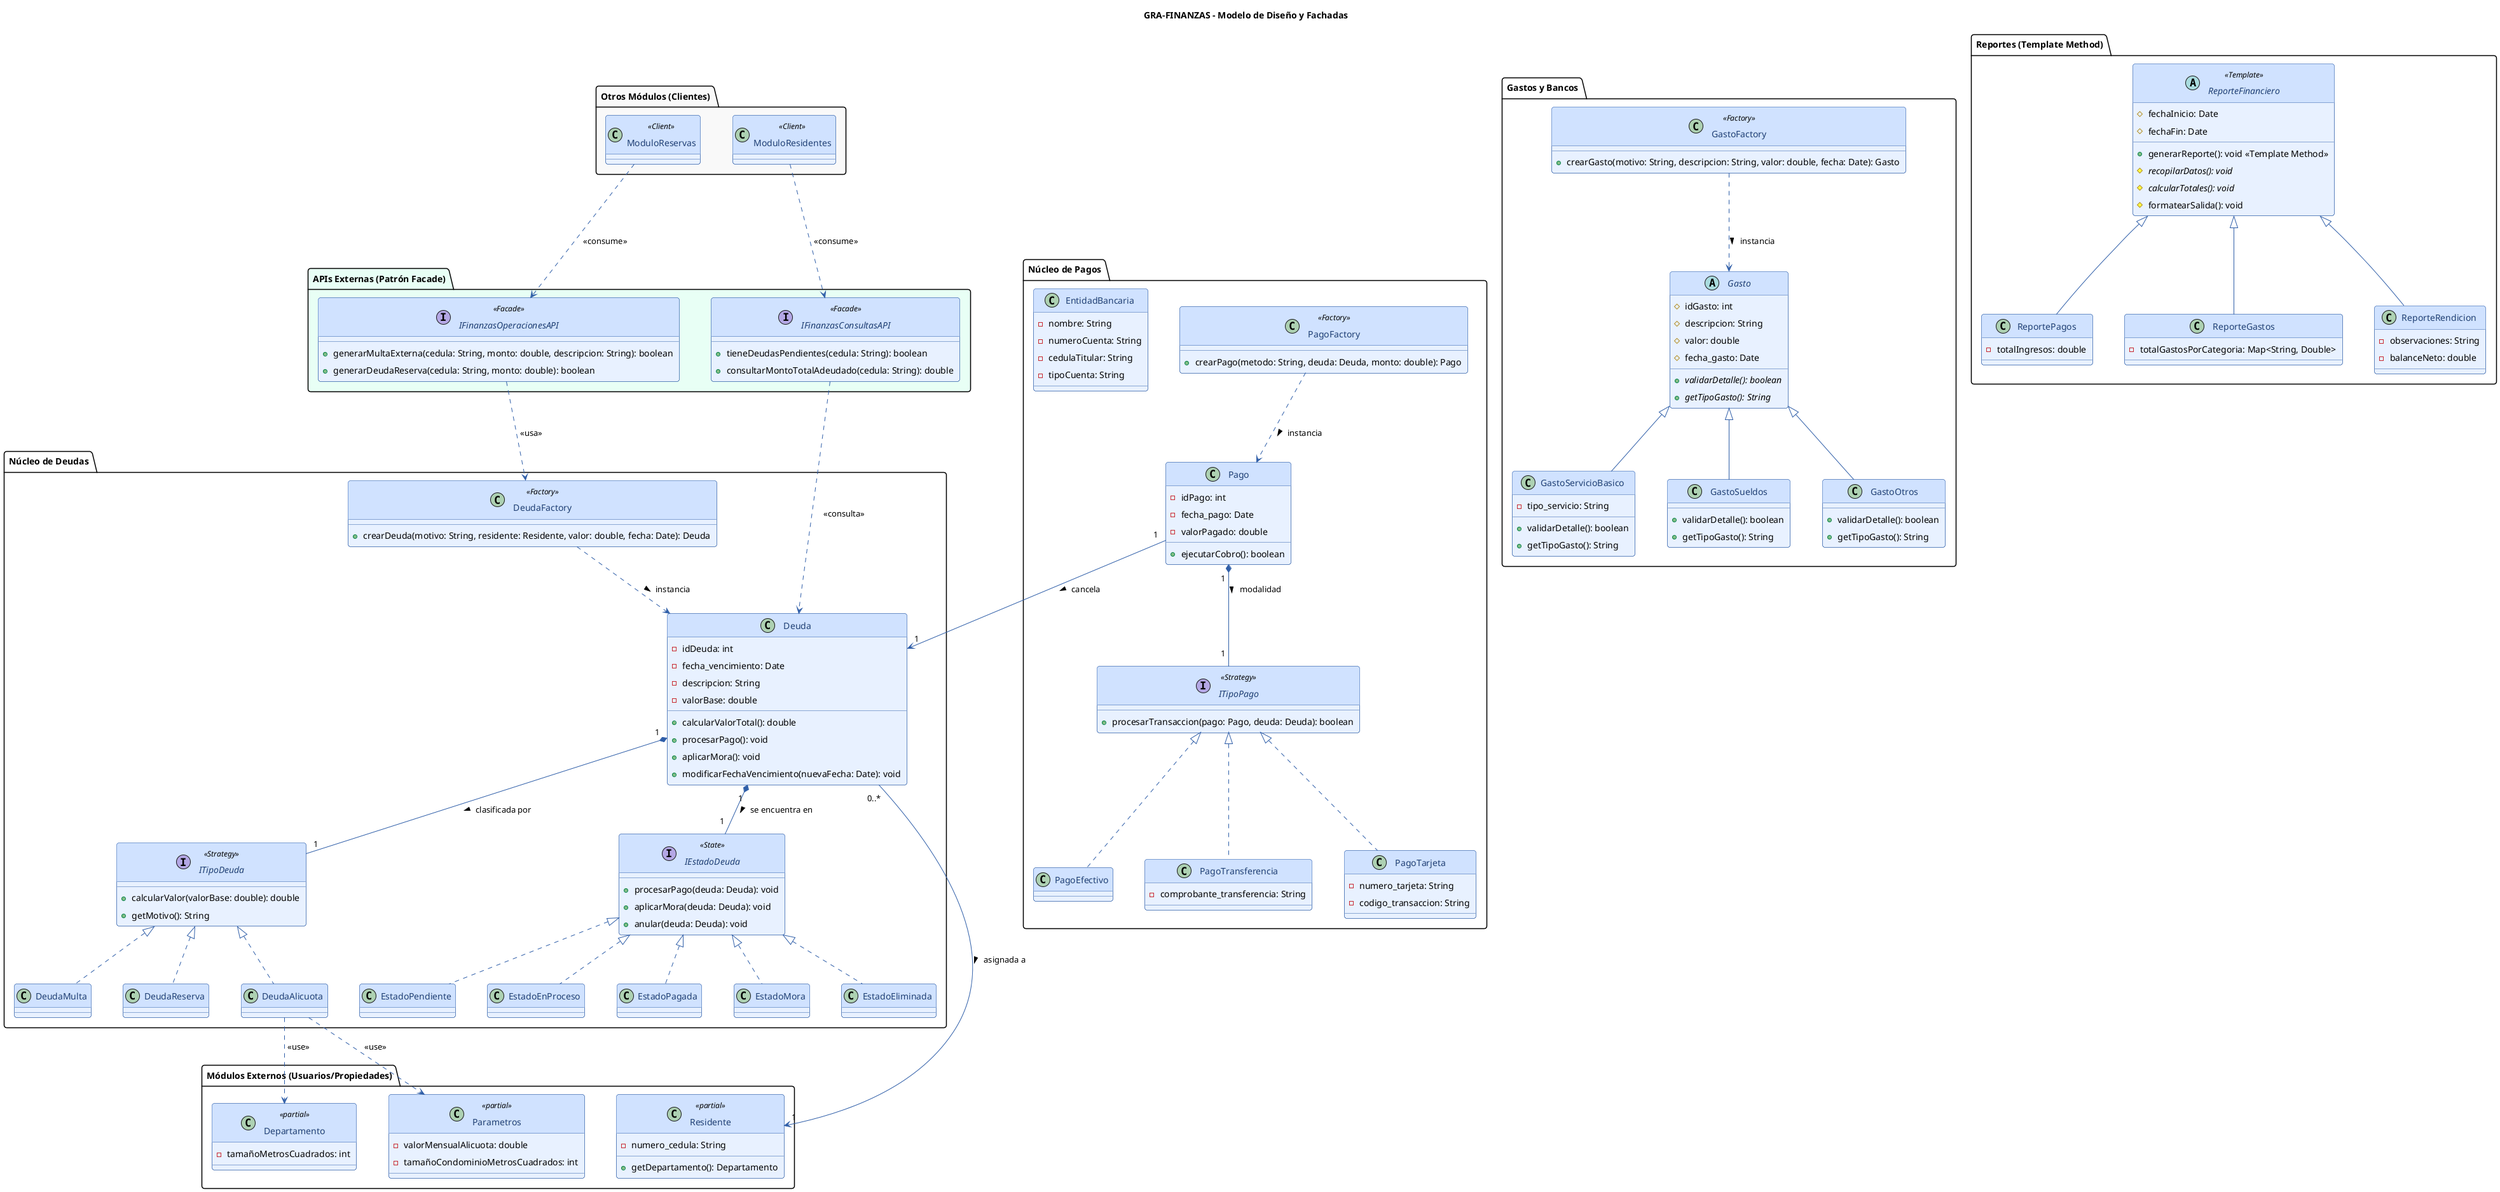
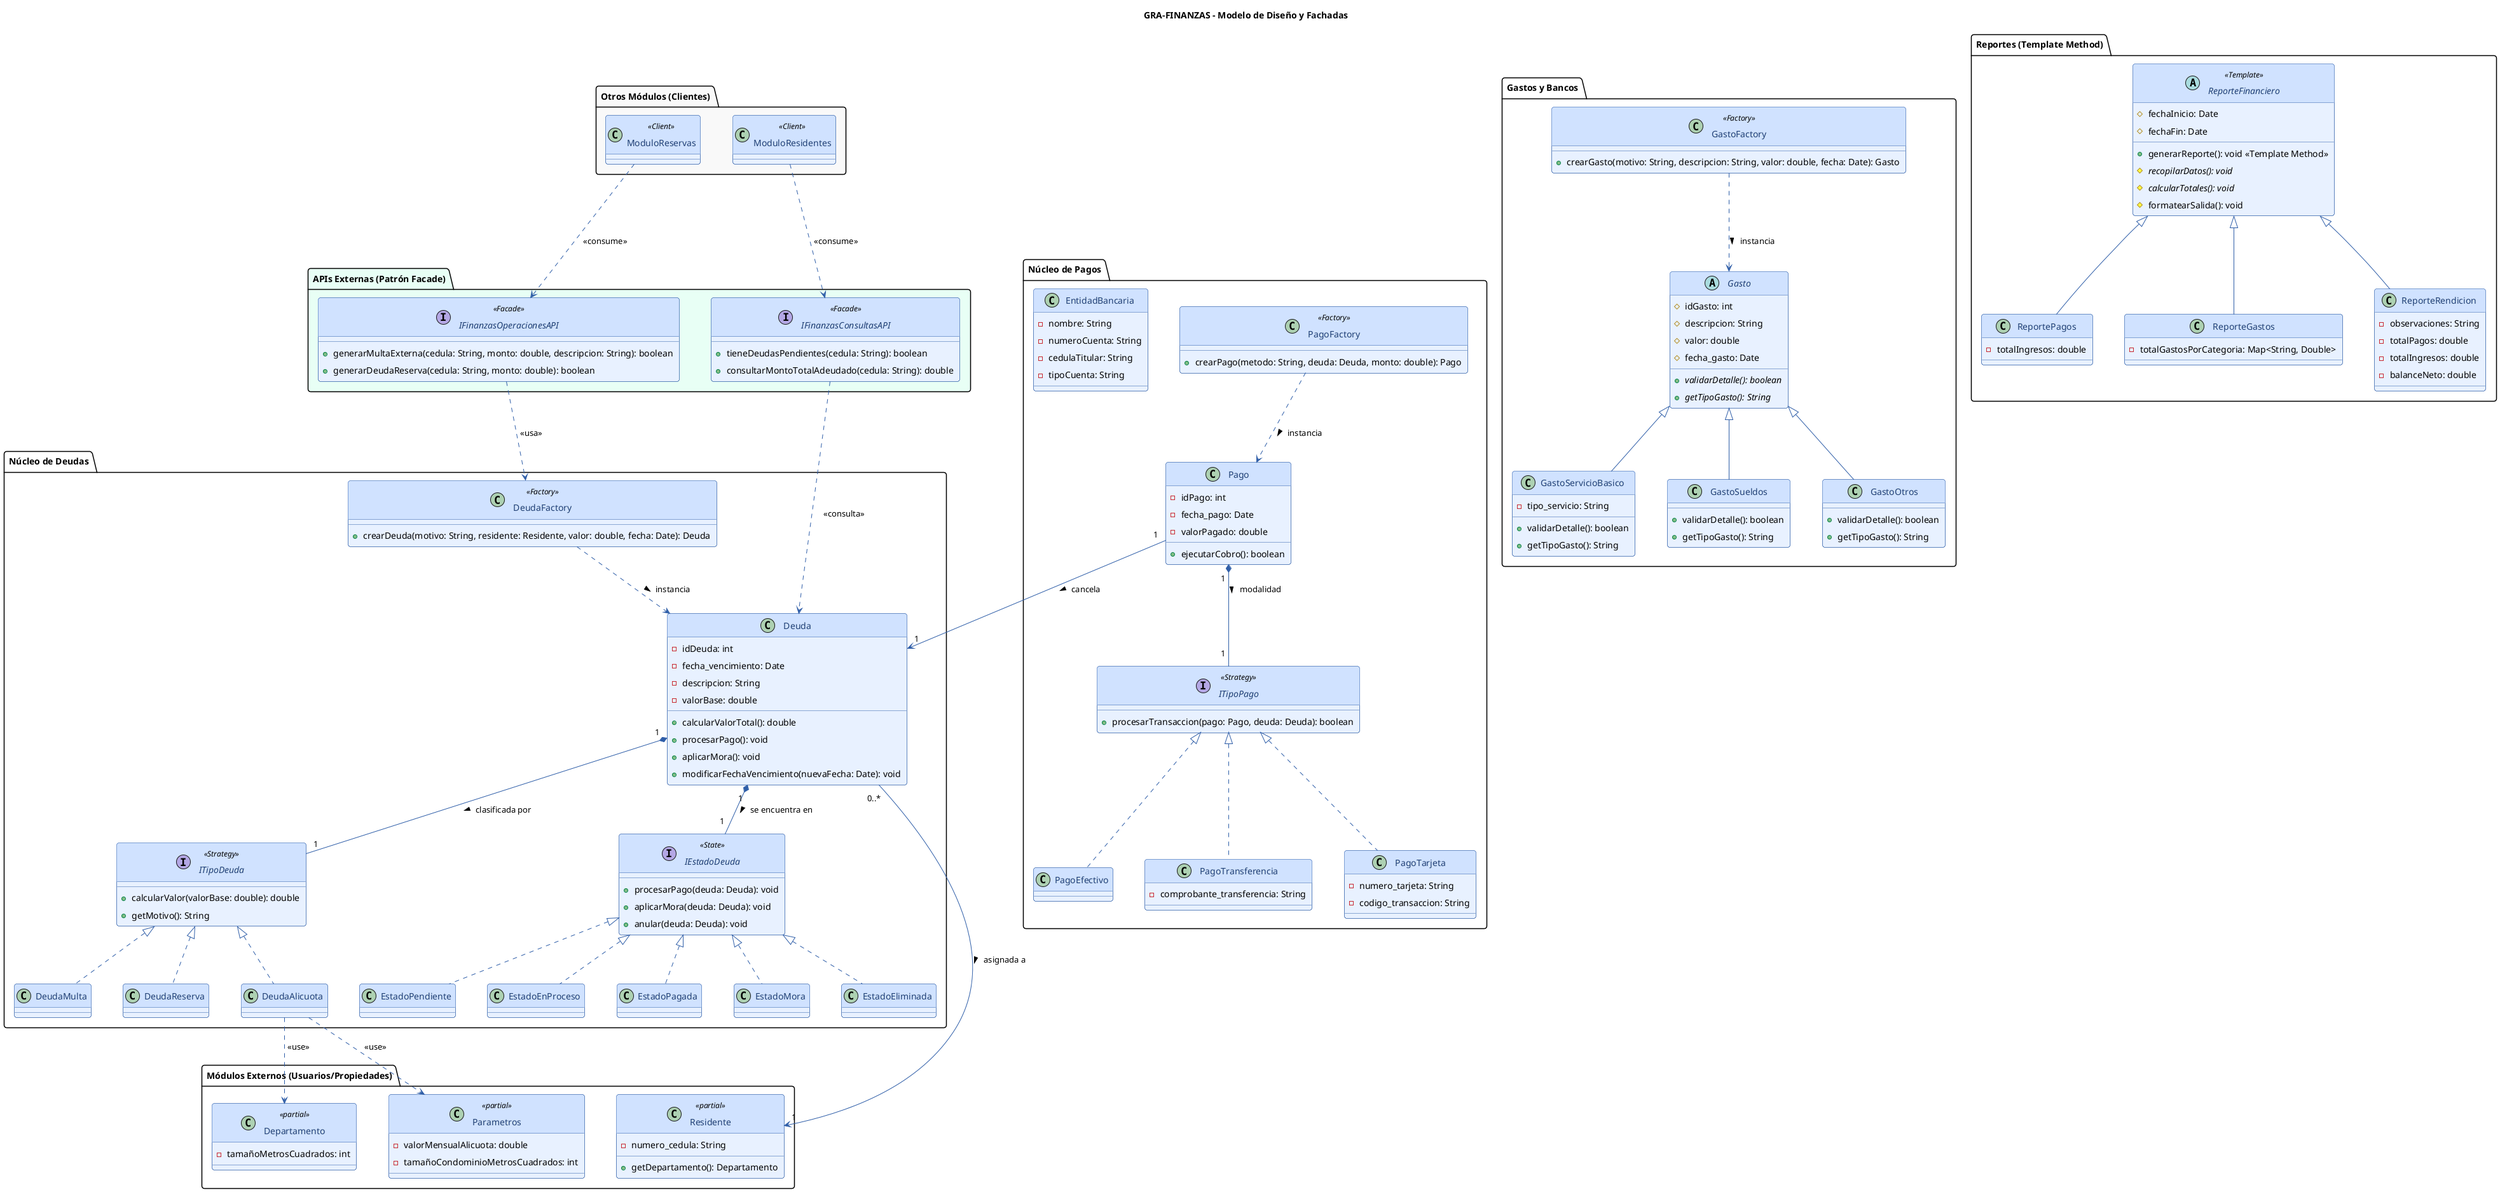
@startuml
title GRA-FINANZAS - Modelo de Diseño y Fachadas

skinparam roundcorner 8
skinparam padding 4
skinparam nodesep 50
skinparam ranksep 50

skinparam class {
    BackgroundColor #E8F1FF
    BorderColor #2F5EA8
    ArrowColor #2F5EA8
    FontColor #1F3F73
    HeaderBackgroundColor #D0E2FF
}
skinparam enum {
    BackgroundColor #EEF5FF
    BorderColor #1F3F73
    FontColor #1F3F73
}
skinparam interface {
    BackgroundColor #F4F8FF
    BorderColor #2F5EA8
    FontColor #1F3F73
}

' --- Módulos Externos (Consumidores) ---
package "Otros Módulos (Clientes)" #F9F9F9 {
    class ModuloReservas <<Client>>
    class ModuloResidentes <<Client>>
}

' --- Entidades Externas (Otros Módulos) ---
package "Módulos Externos (Usuarios/Propiedades)" {
    class Residente <<partial>> {
        - numero_cedula: String
        + getDepartamento(): Departamento
    }

    class Departamento <<partial>> {
        - tamañoMetrosCuadrados: int
    }

    class Parametros <<partial>> {
        - valorMensualAlicuota: double
        - tamañoCondominioMetrosCuadrados: int
    }
}

' --- FACHADAS (APIs del Módulo) ---
package "APIs Externas (Patrón Facade)" #E8FFF5 {
    interface IFinanzasConsultasAPI <<Facade>> {
        + tieneDeudasPendientes(cedula: String): boolean
        + consultarMontoTotalAdeudado(cedula: String): double
    }

    interface IFinanzasOperacionesAPI <<Facade>> {
        + generarMultaExterna(cedula: String, monto: double, descripcion: String): boolean
        + generarDeudaReserva(cedula: String, monto: double): boolean
    }
}

' --- Módulo Finanzas: Núcleo de Deudas ---
package "Núcleo de Deudas" {
    class Deuda {
        - idDeuda: int
        - fecha_vencimiento: Date
        - descripcion: String
        - valorBase: double
        + calcularValorTotal(): double
        + procesarPago(): void
        + aplicarMora(): void
        + modificarFechaVencimiento(nuevaFecha: Date): void
    }

    interface ITipoDeuda <<Strategy>> {
        + calcularValor(valorBase: double): double
        + getMotivo(): String
    }
    class DeudaMulta implements ITipoDeuda
    class DeudaReserva implements ITipoDeuda
    class DeudaAlicuota implements ITipoDeuda

    interface IEstadoDeuda <<State>> {
        + procesarPago(deuda: Deuda): void
        + aplicarMora(deuda: Deuda): void
        + anular(deuda: Deuda): void
    }
    class EstadoPendiente implements IEstadoDeuda
    class EstadoEnProceso implements IEstadoDeuda
    class EstadoPagada implements IEstadoDeuda
    class EstadoMora implements IEstadoDeuda
    class EstadoEliminada implements IEstadoDeuda

    class DeudaFactory <<Factory>> {
        + crearDeuda(motivo: String, residente: Residente, valor: double, fecha: Date): Deuda
    }
}

' --- Módulo Finanzas: Núcleo de Pagos ---
package "Núcleo de Pagos" {
    class Pago {
        - idPago: int
        - fecha_pago: Date
        - valorPagado: double
        + ejecutarCobro(): boolean
    }

    interface ITipoPago <<Strategy>> {
        + procesarTransaccion(pago: Pago, deuda: Deuda): boolean
    }
    class PagoEfectivo implements ITipoPago
    class PagoTransferencia implements ITipoPago {
        - comprobante_transferencia: String
    }
    class PagoTarjeta implements ITipoPago {
        - numero_tarjeta: String
        - codigo_transaccion: String
    }

    class PagoFactory <<Factory>> {
        + crearPago(metodo: String, deuda: Deuda, monto: double): Pago
    }

     class EntidadBancaria {
        - nombre: String
        - numeroCuenta: String
        - cedulaTitular: String
        - tipoCuenta: String
    }
}

' --- Módulo Finanzas: Gastos y Bancos ---
package "Gastos y Bancos" {

    abstract class Gasto {
        # idGasto: int
        # descripcion: String
        # valor: double
        # fecha_gasto: Date
        + {abstract} validarDetalle(): boolean
        + {abstract} getTipoGasto(): String
    }

    class GastoServicioBasico extends Gasto {
        - tipo_servicio: String
        + validarDetalle(): boolean
        + getTipoGasto(): String
    }

    class GastoSueldos extends Gasto {
        + validarDetalle(): boolean
        + getTipoGasto(): String
    }

    class GastoOtros extends Gasto {
        + validarDetalle(): boolean
        + getTipoGasto(): String
    }

    class GastoFactory <<Factory>> {
        + crearGasto(motivo: String, descripcion: String, valor: double, fecha: Date): Gasto
    }
}

' --- Módulo Finanzas: Reportes ---
package "Reportes (Template Method)" {
    abstract class ReporteFinanciero <<Template>> {
        # fechaInicio: Date
        # fechaFin: Date
        + generarReporte(): void <<Template Method>>
        # {abstract} recopilarDatos(): void
        # {abstract} calcularTotales(): void
        # formatearSalida(): void
    }

    class ReportePagos extends ReporteFinanciero {
        - totalIngresos: double
    }

    class ReporteGastos extends ReporteFinanciero {
        - totalGastosPorCategoria: Map<String, Double>
    }

    class ReporteRendicion extends ReporteFinanciero {
        - observaciones: String
+         - totalPagos: double
+         - totalIngresos: double
        - balanceNeto: double
    }
}

' --- Relaciones y Dependencias ---

' Dependencias de las Fachadas
ModuloResidentes ..> IFinanzasConsultasAPI : <<consume>>
ModuloReservas ..> IFinanzasOperacionesAPI : <<consume>>
IFinanzasOperacionesAPI ..> DeudaFactory : <<usa>>
IFinanzasConsultasAPI ..> Deuda : <<consulta>>

' Dependencias Internas
Deuda "1" *-- "1" ITipoDeuda : clasificada por >
Deuda "1" *-- "1" IEstadoDeuda : se encuentra en >
Deuda "0..*" --> "1" Residente : asignada a >
DeudaAlicuota ..> Parametros : <<use>>
DeudaAlicuota ..> Departamento : <<use>>

Pago "1" *-- "1" ITipoPago : modalidad >
Pago "1" --> "1" Deuda : cancela >

DeudaFactory ..> Deuda : instancia >
PagoFactory ..> Pago : instancia >
GastoFactory ..> Gasto : instancia >

@enduml